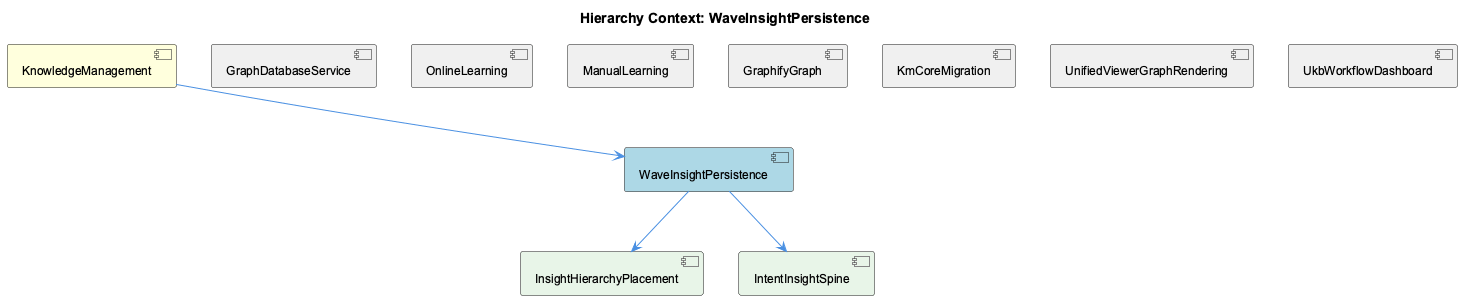
This is knowledge-management/insights/images/wave-insight-persistence-relationship.png from fwornle/coding, a PlantUML export, as it was before one commit. Source of this version:
```plantuml
@startuml
!include _standard-style.puml

title Hierarchy Context: WaveInsightPersistence

[KnowledgeManagement] as knowledge_management #FFFFDD
[WaveInsightPersistence] as wave_insight_persistence #LightBlue
[GraphDatabaseService] as graph_database_service #F0F0F0
[OnlineLearning] as online_learning #F0F0F0
[ManualLearning] as manual_learning #F0F0F0
[GraphifyGraph] as graphify_graph #F0F0F0
[KmCoreMigration] as km_core_migration #F0F0F0
[UnifiedViewerGraphRendering] as unified_viewer_graph_rendering #F0F0F0
[UkbWorkflowDashboard] as ukb_workflow_dashboard #F0F0F0
[InsightHierarchyPlacement] as insight_hierarchy_placement #E8F5E8
[IntentInsightSpine] as intent_insight_spine #E8F5E8

knowledge_management --> wave_insight_persistence
graph_database_service -[hidden]- wave_insight_persistence
online_learning -[hidden]- wave_insight_persistence
manual_learning -[hidden]- wave_insight_persistence
graphify_graph -[hidden]- wave_insight_persistence
km_core_migration -[hidden]- wave_insight_persistence
unified_viewer_graph_rendering -[hidden]- wave_insight_persistence
ukb_workflow_dashboard -[hidden]- wave_insight_persistence
wave_insight_persistence --> insight_hierarchy_placement
wave_insight_persistence --> intent_insight_spine

@enduml
```
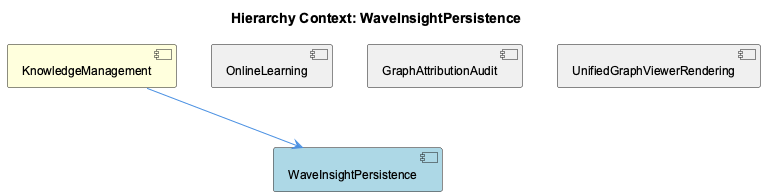
The same file after the commit.

Change to the diagram source:
```diff
@@ -5,25 +5,13 @@
 
 [KnowledgeManagement] as knowledge_management #FFFFDD
 [WaveInsightPersistence] as wave_insight_persistence #LightBlue
-[GraphDatabaseService] as graph_database_service #F0F0F0
 [OnlineLearning] as online_learning #F0F0F0
-[ManualLearning] as manual_learning #F0F0F0
-[GraphifyGraph] as graphify_graph #F0F0F0
-[KmCoreMigration] as km_core_migration #F0F0F0
-[UnifiedViewerGraphRendering] as unified_viewer_graph_rendering #F0F0F0
-[UkbWorkflowDashboard] as ukb_workflow_dashboard #F0F0F0
-[InsightHierarchyPlacement] as insight_hierarchy_placement #E8F5E8
-[IntentInsightSpine] as intent_insight_spine #E8F5E8
+[GraphAttributionAudit] as graph_attribution_audit #F0F0F0
+[UnifiedGraphViewerRendering] as unified_graph_viewer_rendering #F0F0F0
 
 knowledge_management --> wave_insight_persistence
-graph_database_service -[hidden]- wave_insight_persistence
 online_learning -[hidden]- wave_insight_persistence
-manual_learning -[hidden]- wave_insight_persistence
-graphify_graph -[hidden]- wave_insight_persistence
-km_core_migration -[hidden]- wave_insight_persistence
-unified_viewer_graph_rendering -[hidden]- wave_insight_persistence
-ukb_workflow_dashboard -[hidden]- wave_insight_persistence
-wave_insight_persistence --> insight_hierarchy_placement
-wave_insight_persistence --> intent_insight_spine
+graph_attribution_audit -[hidden]- wave_insight_persistence
+unified_graph_viewer_rendering -[hidden]- wave_insight_persistence
 
 @enduml
```
